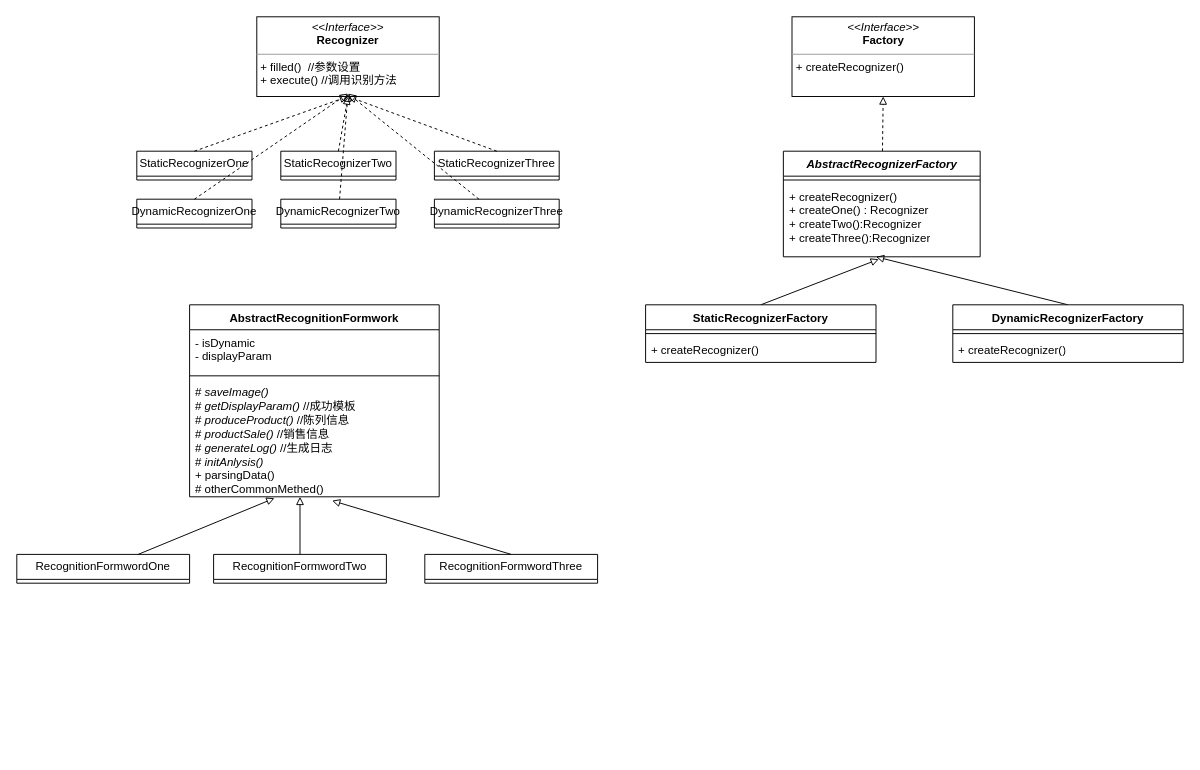
Earlier version of the draw.io diagram recognition/UML关系图.drawio (eddie-gwk/chart). Source tidied: cells renumbered, new cells numbered last; positions are measured from the earlier drawing's top-left corner, leaving out a move shared by most shapes. Both pictures are drawn from the tidied source at 96%, with x=0, y=0 at pixel (16, 16).
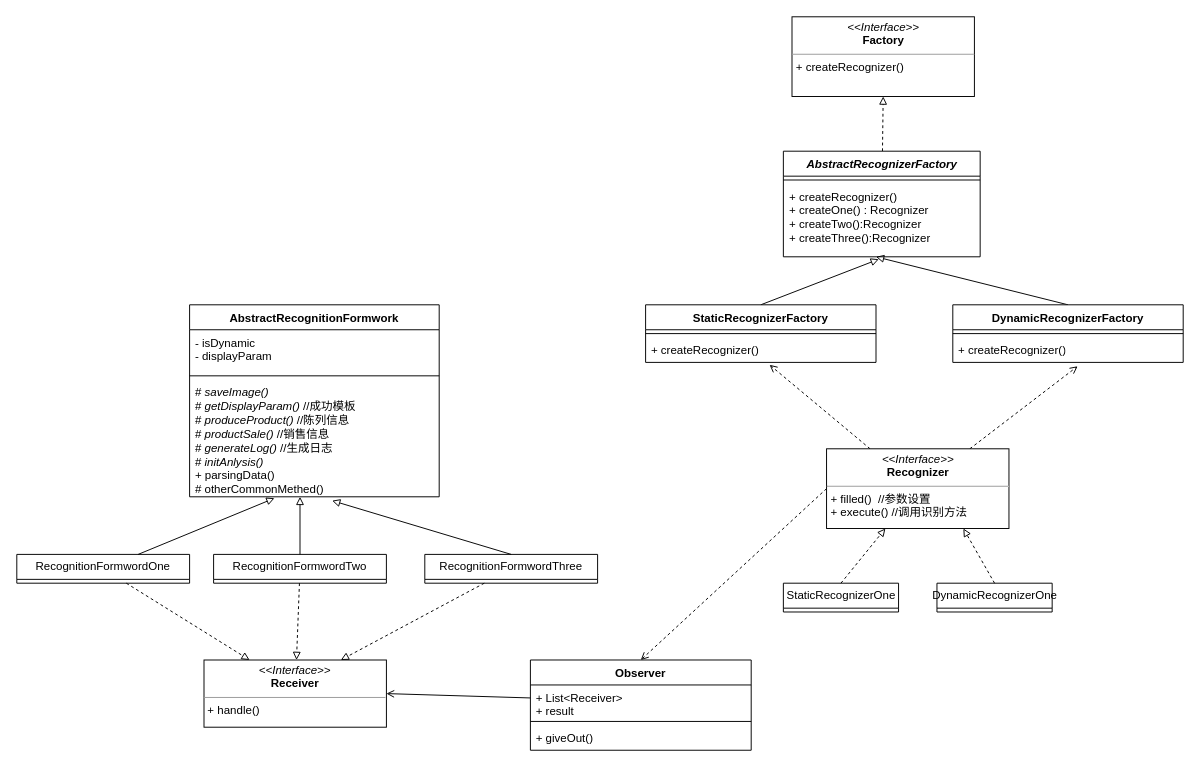
Above is the later version.

Commit message (it also covers changes not shown here):
更新UML关系图.drawio

The change refers to these unchanged cells:
```xml
<mxCell id="23" value="+ createRecognizer()" style="text;strokeColor=none;fillColor=none;align=left;verticalAlign=top;spacingLeft=4;spacingRight=4;overflow=hidden;points=[[0,0.5],[1,0.5]];portConstraint=eastwest;whiteSpace=wrap;html=1;" parent="21" vertex="1">
  <mxGeometry y="34" width="240" height="26" as="geometry" />
</mxCell>
<mxCell id="27" value="+ createRecognizer()" style="text;strokeColor=none;fillColor=none;align=left;verticalAlign=top;spacingLeft=4;spacingRight=4;overflow=hidden;points=[[0,0.5],[1,0.5]];portConstraint=eastwest;whiteSpace=wrap;html=1;" parent="25" vertex="1">
  <mxGeometry y="34" width="240" height="26" as="geometry" />
</mxCell>
<mxCell id="33" value="RecognitionFormwordOne" style="swimlane;fontStyle=0;horizontal=1;startSize=26;fillColor=none;whiteSpace=wrap;html=1;" parent="1" vertex="1" collapsed="1">
  <mxGeometry y="560" width="180" height="30" as="geometry" />
</mxCell>
<mxCell id="35" value="RecognitionFormwordTwo" style="swimlane;fontStyle=0;horizontal=1;startSize=26;fillColor=none;whiteSpace=wrap;html=1;" parent="1" vertex="1" collapsed="1">
  <mxGeometry x="205" y="560" width="180" height="30" as="geometry" />
</mxCell>
<mxCell id="37" value="RecognitionFormwordThree" style="swimlane;fontStyle=0;horizontal=1;startSize=26;fillColor=none;whiteSpace=wrap;html=1;" parent="1" vertex="1" collapsed="1">
  <mxGeometry x="425" y="560" width="180" height="30" as="geometry" />
</mxCell>
```

Change to the diagram source:
```diff
@@
+    <mxCell id="38" style="edgeStyle=none;rounded=0;jettySize=auto;html=1;entryX=0.538;entryY=1.096;entryDx=0;entryDy=0;entryPerimeter=0;dashed=1;endArrow=open;endFill=0;" parent="1" edge="1" source="2" target="23">
+      <mxGeometry relative="1" as="geometry" />
+    </mxCell>
+    <mxCell id="39" style="edgeStyle=none;rounded=0;jettySize=auto;html=1;entryX=0.542;entryY=1.154;entryDx=0;entryDy=0;entryPerimeter=0;dashed=1;endArrow=open;endFill=0;" parent="1" edge="1" source="2" target="27">
+      <mxGeometry relative="1" as="geometry" />
+    </mxCell>
+    <mxCell id="40" style="edgeStyle=none;rounded=0;jettySize=auto;html=1;exitX=0;exitY=0.5;exitDx=0;exitDy=0;entryX=0.5;entryY=0;entryDx=0;entryDy=0;dashed=1;endArrow=open;endFill=0;" parent="1" edge="1" source="2" target="45">
+      <mxGeometry relative="1" as="geometry" />
+    </mxCell>
     <mxCell id="2" value="&lt;p style=&quot;margin:0px;margin-top:4px;text-align:center;&quot;&gt;&lt;i&gt;&amp;lt;&amp;lt;Interface&amp;gt;&amp;gt;&lt;/i&gt;&lt;br&gt;&lt;b&gt;Recognizer&lt;/b&gt;&lt;/p&gt;&lt;hr size=&quot;1&quot;&gt;&lt;p style=&quot;margin:0px;margin-left:4px;&quot;&gt;+ filled()&amp;nbsp; //参数设置&lt;br&gt;+ execute() //调用识别方法&lt;/p&gt;" style="verticalAlign=top;align=left;overflow=fill;fontSize=12;fontFamily=Helvetica;html=1;rounded=0;shadow=0;comic=0;labelBackgroundColor=none;strokeWidth=1;" parent="1" vertex="1">
-      <mxGeometry x="250" width="190" height="83" as="geometry" />
+      <mxGeometry x="843.5" y="450" width="190" height="83" as="geometry" />
     </mxCell>
-    <mxCell id="3" style="edgeStyle=none;rounded=0;jettySize=auto;html=1;exitX=0.5;exitY=0;exitDx=0;exitDy=0;entryX=0.5;entryY=1;entryDx=0;entryDy=0;dashed=1;endArrow=block;endFill=0;" parent="1" edge="1" source="4" target="2">
-      <mxGeometry relative="1" as="geometry" />
-    </mxCell>
-    <mxCell id="4" value="StaticRecognizerTwo" style="swimlane;fontStyle=0;horizontal=1;startSize=26;fillColor=none;whiteSpace=wrap;html=1;" parent="1" vertex="1" collapsed="1">
-      <mxGeometry x="275" y="140" width="120" height="30" as="geometry" />
-    </mxCell>
-    <mxCell id="5" style="edgeStyle=none;rounded=0;jettySize=auto;html=1;exitX=0.5;exitY=0;exitDx=0;exitDy=0;entryX=0.5;entryY=1;entryDx=0;entryDy=0;dashed=1;endArrow=block;endFill=0;" parent="1" edge="1" source="6" target="2">
+    <mxCell id="5" style="edgeStyle=none;rounded=0;jettySize=auto;html=1;exitX=0.5;exitY=0;exitDx=0;exitDy=0;dashed=1;endArrow=block;endFill=0;" parent="1" edge="1" source="6" target="2">
       <mxGeometry relative="1" as="geometry" />
     </mxCell>
     <mxCell id="6" value="StaticRecognizerOne" style="swimlane;fontStyle=0;horizontal=1;startSize=26;fillColor=none;whiteSpace=wrap;html=1;" parent="1" vertex="1" collapsed="1">
-      <mxGeometry x="125" y="140" width="120" height="30" as="geometry" />
+      <mxGeometry x="798.5" y="590" width="120" height="30" as="geometry" />
     </mxCell>
-    <mxCell id="7" style="edgeStyle=none;rounded=0;jettySize=auto;html=1;exitX=0.5;exitY=0;exitDx=0;exitDy=0;entryX=0.5;entryY=1;entryDx=0;entryDy=0;dashed=1;endArrow=block;endFill=0;" parent="1" edge="1" source="8" target="2">
-      <mxGeometry relative="1" as="geometry" />
-    </mxCell>
-    <mxCell id="8" value="StaticRecognizerThree" style="swimlane;fontStyle=0;horizontal=1;startSize=26;fillColor=none;whiteSpace=wrap;html=1;" parent="1" vertex="1" collapsed="1">
-      <mxGeometry x="435" y="140" width="130" height="30" as="geometry" />
-    </mxCell>
-    <mxCell id="9" style="edgeStyle=none;rounded=0;jettySize=auto;html=1;exitX=0.5;exitY=0;exitDx=0;exitDy=0;dashed=1;endArrow=block;endFill=0;" parent="1" edge="1" source="10">
-      <mxGeometry relative="1" as="geometry">
-        <mxPoint x="345" y="80" as="targetPoint" />
-      </mxGeometry>
+    <mxCell id="9" style="edgeStyle=none;rounded=0;jettySize=auto;html=1;exitX=0.5;exitY=0;exitDx=0;exitDy=0;dashed=1;endArrow=block;endFill=0;entryX=0.75;entryY=1;entryDx=0;entryDy=0;" parent="1" edge="1" source="10" target="2">
+      <mxGeometry relative="1" as="geometry" />
     </mxCell>
     <mxCell id="10" value="DynamicRecognizerOne" style="swimlane;fontStyle=0;horizontal=1;startSize=26;fillColor=none;whiteSpace=wrap;html=1;" parent="1" vertex="1" collapsed="1">
-      <mxGeometry x="125" y="190" width="120" height="30" as="geometry" />
+      <mxGeometry x="958.5" y="590" width="120" height="30" as="geometry" />
     </mxCell>
-    <mxCell id="11" style="edgeStyle=none;rounded=0;jettySize=auto;html=1;dashed=1;endArrow=block;endFill=0;" parent="1" edge="1" source="12">
-      <mxGeometry relative="1" as="geometry">
-        <mxPoint x="345" y="80" as="targetPoint" />
-      </mxGeometry>
-    </mxCell>
-    <mxCell id="12" value="DynamicRecognizerTwo" style="swimlane;fontStyle=0;horizontal=1;startSize=26;fillColor=none;whiteSpace=wrap;html=1;" parent="1" vertex="1" collapsed="1">
-      <mxGeometry x="275" y="190" width="120" height="30" as="geometry" />
-    </mxCell>
-    <mxCell id="13" style="edgeStyle=none;rounded=0;jettySize=auto;html=1;dashed=1;endArrow=block;endFill=0;" parent="1" edge="1" source="14">
-      <mxGeometry relative="1" as="geometry">
-        <mxPoint x="345" y="80" as="targetPoint" />
-      </mxGeometry>
-    </mxCell>
-    <mxCell id="14" value="DynamicRecognizerThree" style="swimlane;fontStyle=0;horizontal=1;startSize=26;fillColor=none;whiteSpace=wrap;html=1;" parent="1" vertex="1" collapsed="1">
-      <mxGeometry x="435" y="190" width="130" height="30" as="geometry" />
-    </mxCell>
@@
+    <mxCell id="41" style="edgeStyle=none;rounded=0;jettySize=auto;html=1;entryX=0.25;entryY=0;entryDx=0;entryDy=0;dashed=1;endArrow=block;endFill=0;" parent="1" edge="1" source="33" target="44">
+      <mxGeometry relative="1" as="geometry" />
+    </mxCell>
@@
+    <mxCell id="42" style="edgeStyle=none;rounded=0;jettySize=auto;html=1;dashed=1;endArrow=block;endFill=0;" parent="1" edge="1" source="35" target="44">
+      <mxGeometry relative="1" as="geometry" />
+    </mxCell>
@@
+    <mxCell id="43" style="edgeStyle=none;rounded=0;jettySize=auto;html=1;entryX=0.75;entryY=0;entryDx=0;entryDy=0;dashed=1;endArrow=block;endFill=0;" parent="1" edge="1" source="37" target="44">
+      <mxGeometry relative="1" as="geometry" />
+    </mxCell>
@@
+    <mxCell id="44" value="&lt;p style=&quot;margin:0px;margin-top:4px;text-align:center;&quot;&gt;&lt;i&gt;&amp;lt;&amp;lt;Interface&amp;gt;&amp;gt;&lt;/i&gt;&lt;br&gt;&lt;b&gt;Receiver&lt;/b&gt;&lt;/p&gt;&lt;hr size=&quot;1&quot;&gt;&lt;p style=&quot;margin:0px;margin-left:4px;&quot;&gt;+ handle()&lt;/p&gt;" style="verticalAlign=top;align=left;overflow=fill;fontSize=12;fontFamily=Helvetica;html=1;rounded=0;shadow=0;comic=0;labelBackgroundColor=none;strokeWidth=1;" parent="1" vertex="1">
+      <mxGeometry x="195" y="670" width="190" height="70" as="geometry" />
+    </mxCell>
+    <mxCell id="45" value="Observer" style="swimlane;fontStyle=1;align=center;verticalAlign=top;horizontal=1;startSize=26;whiteSpace=wrap;html=1;" parent="1" vertex="1">
+      <mxGeometry x="535" y="670" width="230" height="94" as="geometry" />
+    </mxCell>
+    <mxCell id="46" value="+ List&amp;lt;Receiver&amp;gt;&lt;br&gt;+ result" style="text;strokeColor=none;fillColor=none;align=left;verticalAlign=top;spacingLeft=4;spacingRight=4;overflow=hidden;points=[[0,0.5],[1,0.5]];portConstraint=eastwest;whiteSpace=wrap;html=1;" parent="45" vertex="1">
+      <mxGeometry y="26" width="230" height="34" as="geometry" />
+    </mxCell>
+    <mxCell id="47" style="line;strokeWidth=1;fillColor=none;align=left;verticalAlign=middle;spacingTop=-1;spacingLeft=3;spacingRight=3;labelPosition=right;strokeColor=inherit;" parent="45" vertex="1">
+      <mxGeometry y="60" width="230" height="8" as="geometry" />
+    </mxCell>
+    <mxCell id="48" value="+ giveOut()" style="text;strokeColor=none;fillColor=none;align=left;verticalAlign=top;spacingLeft=4;spacingRight=4;overflow=hidden;whiteSpace=wrap;html=1;" parent="45" vertex="1">
+      <mxGeometry y="68" width="230" height="26" as="geometry" />
+    </mxCell>
+    <mxCell id="49" style="edgeStyle=none;rounded=0;jettySize=auto;html=1;entryX=1;entryY=0.5;entryDx=0;entryDy=0;endArrow=open;endFill=0;" parent="1" edge="1" source="46" target="44">
+      <mxGeometry relative="1" as="geometry" />
+    </mxCell>
```
